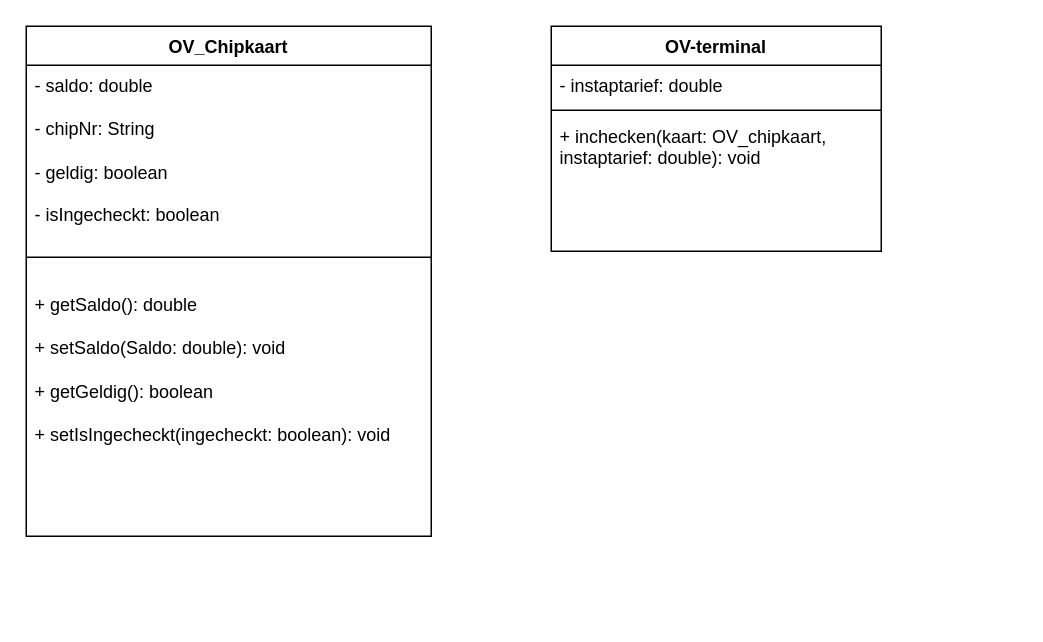
Before: inchecken-ov.drawio in Yonaki51/OOP1-eindopdracht, a draw.io diagram. Source tidied: cells renumbered, new cells numbered last; positions are measured from the earlier drawing's top-left corner, leaving out a move shared by most shapes. Both pictures are drawn from the tidied source at 150%, with x=0, y=0 at pixel (26, 26).
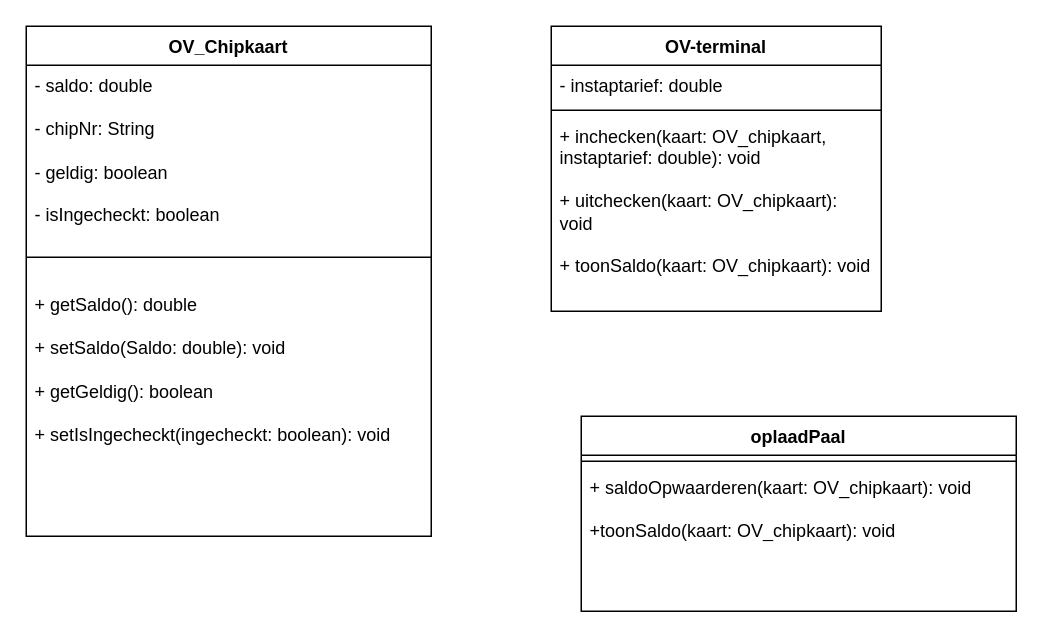
The same page after the edit.

Change to the diagram source:
```diff
@@
 <mxGraphModel>
   <root>
     <mxCell id="0" />
     <mxCell id="1" parent="0" />
     <mxCell id="2" value="OV_Chipkaart" style="swimlane;fontStyle=1;align=center;verticalAlign=top;horizontal=1;startSize=26;whiteSpace=wrap;html=1;" parent="1" vertex="1">
       <mxGeometry width="270" height="340" as="geometry" />
     </mxCell>
     <mxCell id="3" value="- saldo: double&lt;div&gt;&lt;br&gt;&lt;/div&gt;&lt;div&gt;- chipNr: String&lt;/div&gt;&lt;div&gt;&lt;br&gt;&lt;/div&gt;&lt;div&gt;- geldig: boolean&lt;/div&gt;&lt;div&gt;&lt;br&gt;&lt;/div&gt;&lt;div&gt;- isIngecheckt: boolean&lt;/div&gt;" style="text;strokeColor=none;fillColor=none;align=left;verticalAlign=top;spacingLeft=4;spacingRight=4;overflow=hidden;whiteSpace=wrap;html=1;" parent="2" vertex="1">
       <mxGeometry y="26" width="270" height="124" as="geometry" />
     </mxCell>
     <mxCell id="4" style="line;strokeWidth=1;fillColor=none;align=left;verticalAlign=middle;spacingTop=-1;spacingLeft=3;spacingRight=3;labelPosition=right;strokeColor=inherit;" parent="2" vertex="1">
       <mxGeometry y="150" width="270" height="8" as="geometry" />
     </mxCell>
     <mxCell id="5" value="&lt;div&gt;&lt;br&gt;&lt;/div&gt;&lt;div&gt;+ getSaldo(): double&lt;/div&gt;&lt;div&gt;&lt;br&gt;&lt;/div&gt;&lt;div&gt;+ setSaldo(Saldo: double): void&lt;/div&gt;&lt;div&gt;&lt;br&gt;&lt;/div&gt;&lt;div&gt;+ getGeldig(): boolean&lt;/div&gt;&lt;div&gt;&lt;br&gt;&lt;/div&gt;&lt;div&gt;+ setIsIngecheckt(ingecheckt: boolean): void&lt;/div&gt;" style="text;strokeColor=none;fillColor=none;align=left;verticalAlign=top;spacingLeft=4;spacingRight=4;overflow=hidden;whiteSpace=wrap;html=1;" parent="2" vertex="1">
       <mxGeometry y="158" width="270" height="182" as="geometry" />
     </mxCell>
     <mxCell id="6" value="OV-terminal" style="swimlane;fontStyle=1;align=center;verticalAlign=top;horizontal=1;startSize=26;whiteSpace=wrap;html=1;" parent="1" vertex="1">
-      <mxGeometry x="350" width="220" height="150" as="geometry" />
+      <mxGeometry x="350" width="220" height="190" as="geometry" />
     </mxCell>
     <mxCell id="7" value="- instaptarief: double" style="text;strokeColor=none;fillColor=none;align=left;verticalAlign=top;spacingLeft=4;spacingRight=4;overflow=hidden;whiteSpace=wrap;html=1;" parent="6" vertex="1">
       <mxGeometry y="26" width="220" height="26" as="geometry" />
     </mxCell>
     <mxCell id="8" style="line;strokeWidth=1;fillColor=none;align=left;verticalAlign=middle;spacingTop=-1;spacingLeft=3;spacingRight=3;labelPosition=right;strokeColor=inherit;" parent="6" vertex="1">
       <mxGeometry y="52" width="220" height="8" as="geometry" />
     </mxCell>
-    <mxCell id="9" value="+ inchecken(kaart: OV_chipkaart, instaptarief: double): void" style="text;strokeColor=none;fillColor=none;align=left;verticalAlign=top;spacingLeft=4;spacingRight=4;overflow=hidden;whiteSpace=wrap;html=1;" parent="6" vertex="1">
-      <mxGeometry y="60" width="220" height="90" as="geometry" />
+    <mxCell id="9" value="+ inchecken(kaart: OV_chipkaart, instaptarief: double): void&lt;div&gt;&lt;br&gt;&lt;/div&gt;&lt;div&gt;+ uitchecken(kaart: OV_chipkaart): void&lt;/div&gt;&lt;div&gt;&lt;br&gt;&lt;/div&gt;&lt;div&gt;+ toonSaldo(kaart: OV_chipkaart): void&lt;/div&gt;" style="text;strokeColor=none;fillColor=none;align=left;verticalAlign=top;spacingLeft=4;spacingRight=4;overflow=hidden;whiteSpace=wrap;html=1;" parent="6" vertex="1">
+      <mxGeometry y="60" width="220" height="130" as="geometry" />
     </mxCell>
+    <mxCell id="10" value="oplaadPaal" style="swimlane;fontStyle=1;align=center;verticalAlign=top;horizontal=1;startSize=26;whiteSpace=wrap;html=1;" parent="1" vertex="1">
+      <mxGeometry x="370" y="260" width="290" height="130" as="geometry" />
+    </mxCell>
+    <mxCell id="11" style="line;strokeWidth=1;fillColor=none;align=left;verticalAlign=middle;spacingTop=-1;spacingLeft=3;spacingRight=3;labelPosition=right;strokeColor=inherit;" parent="10" vertex="1">
+      <mxGeometry y="26" width="290" height="8" as="geometry" />
+    </mxCell>
+    <mxCell id="12" value="+ saldoOpwaarderen(kaart: OV_chipkaart): void&lt;div&gt;&lt;br&gt;&lt;/div&gt;&lt;div&gt;+toonSaldo(kaart: OV_chipkaart): void&lt;/div&gt;" style="text;strokeColor=none;fillColor=none;align=left;verticalAlign=top;spacingLeft=4;spacingRight=4;overflow=hidden;whiteSpace=wrap;html=1;" parent="10" vertex="1">
+      <mxGeometry y="34" width="290" height="96" as="geometry" />
+    </mxCell>
   </root>
 </mxGraphModel>
```
